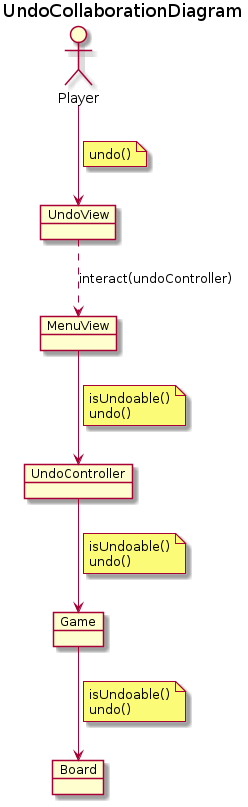
Master-Desarrollo-20-21/patrones-diseno---practica-final---juego-de-las-damas-fraylopez keeps this PlantUML diagram as docs/output/analysis/use-cases/UndoCollaborationDiagram.png. Above is the earlier version. Its diagram source:
```plantuml
@startuml UndoCollaborationDiagram
title UndoCollaborationDiagram

allow_mixing

actor Player
object MenuView
object UndoView
object UndoController
object Game
object Board

Player --> UndoView
note on link
    undo()
end note
UndoView ..> MenuView : interact(undoController)
MenuView --> UndoController
note on link
    isUndoable()
    undo()
end note

UndoController --> Game
note on link
    isUndoable()
    undo()
end note

Game --> Board
note on link
    isUndoable()
    undo()
end note

@enduml
```
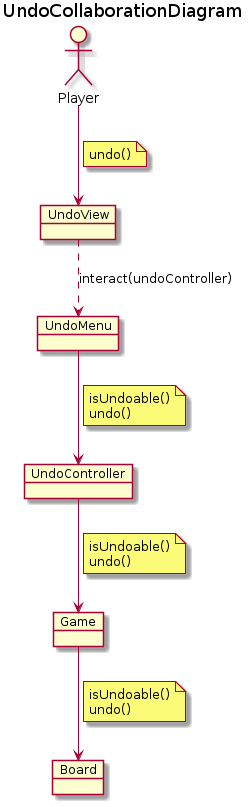
The same diagram one commit later.

Diff of the diagram source:
```diff
@@ -4,7 +4,7 @@
 allow_mixing
 
 actor Player
-object MenuView
+object UndoMenu
 object UndoView
 object UndoController
 object Game
@@ -14,8 +14,8 @@
 note on link
     undo()
 end note
-UndoView ..> MenuView : interact(undoController)
-MenuView --> UndoController
+UndoView ..> UndoMenu : interact(undoController)
+UndoMenu --> UndoController
 note on link
     isUndoable()
     undo()
```
